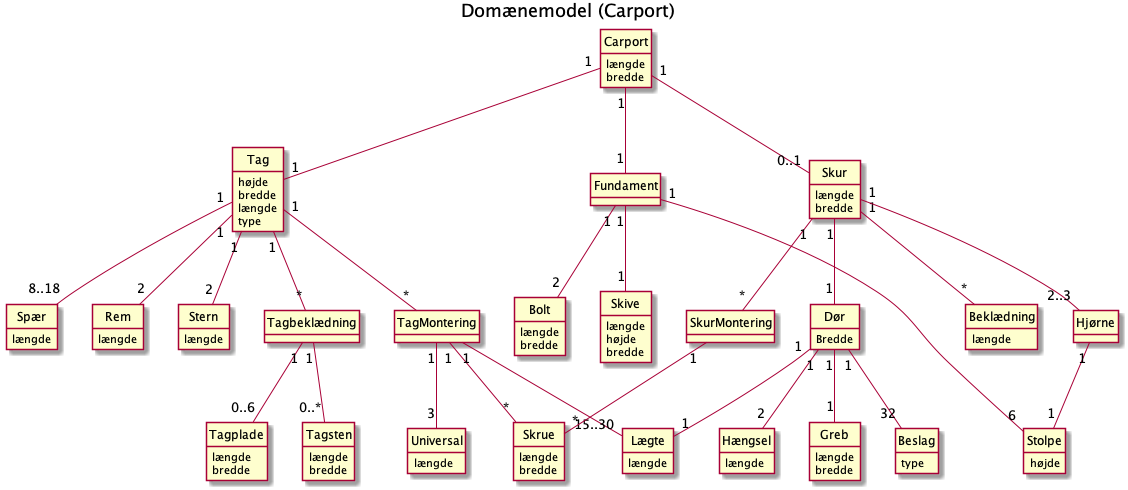
This is Documentation/UML/Domæne model/Domain_Model_Styk_1.png from codergram/Fog, a PlantUML export, as it was before one commit.
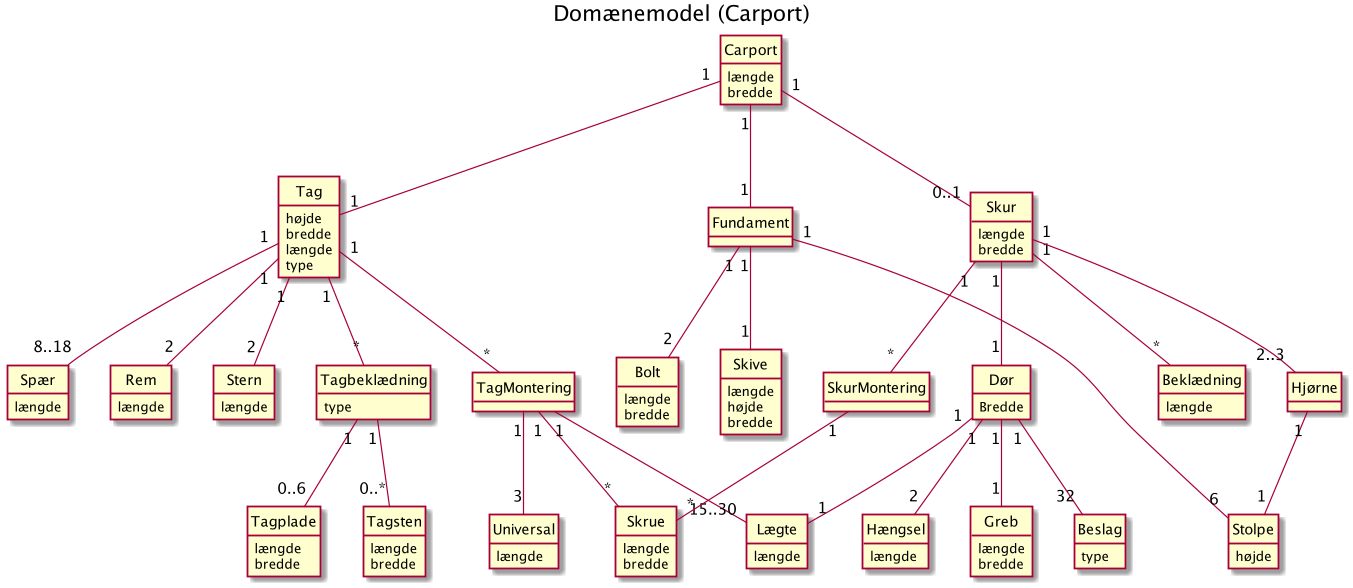
After the commit.

The edit, as a diff of the source:
```diff
@@ -17,7 +17,7 @@
 }
 
 class Tagbeklædning {
-
+  type
 }
 
 class TagMontering {
```
